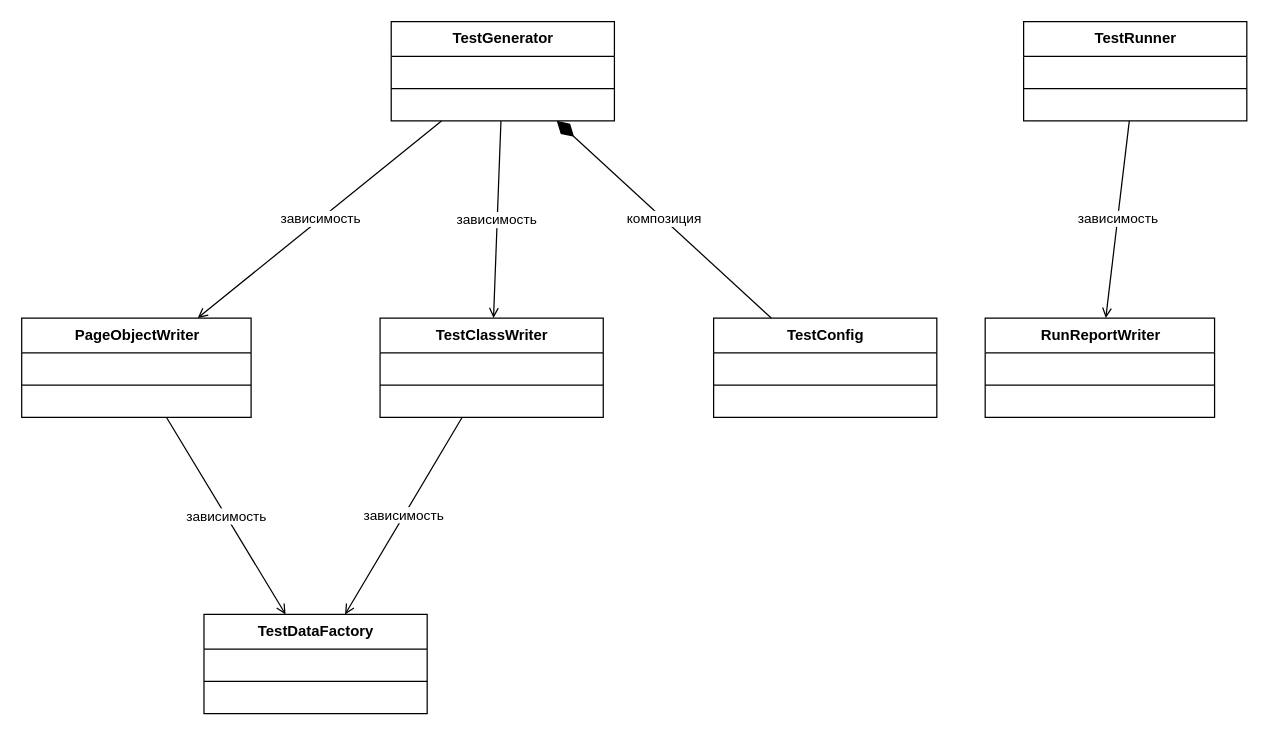
This is page "Рис.52 Generator (уточнённая)" (11 of 18) of VKR_class_diagrams.drawio from nastolbov/diplom23, a draw.io file, before an edit. Source tidied: cells renumbered, new cells numbered last; positions are measured from the earlier drawing's top-left corner, leaving out a move shared by most shapes. Both pictures are drawn from the tidied source at 124%, with x=0, y=0 at pixel (21, 21).
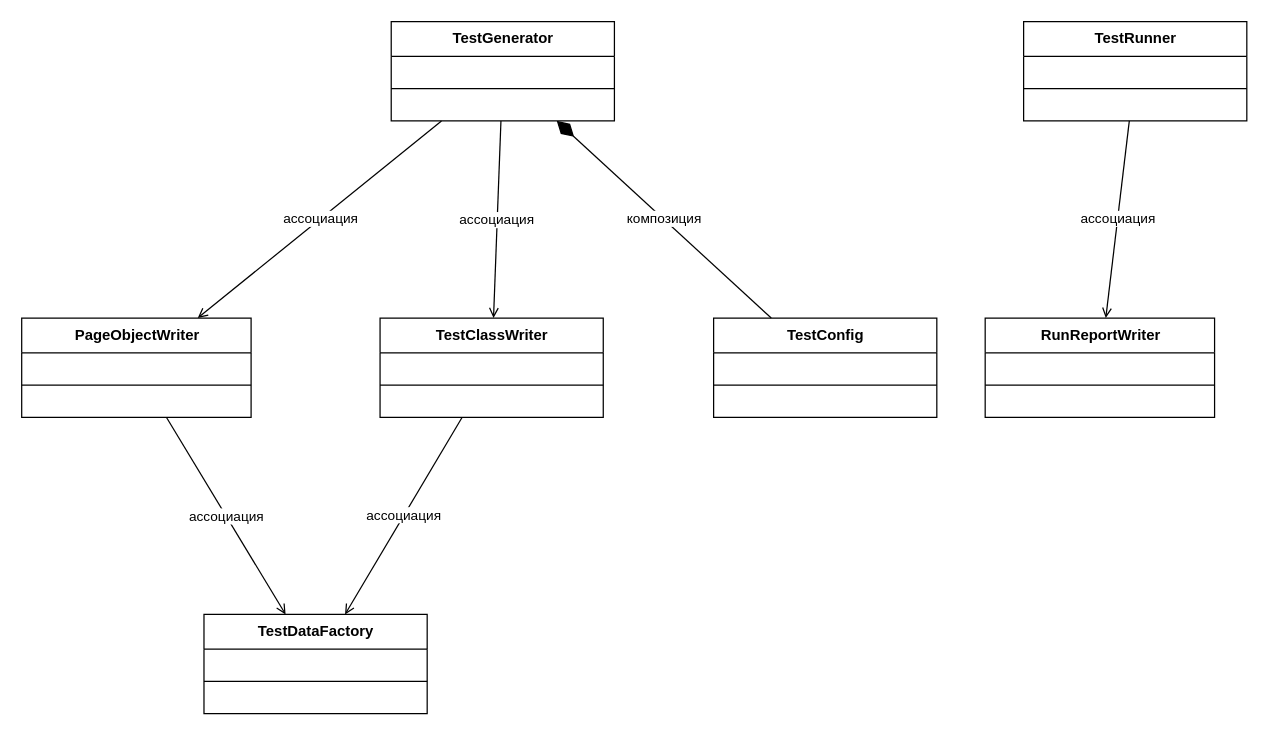
The same diagram, later.

Commit message (it also covers changes not shown here):
Rename relationship label «зависимость» -> «ассоциация» on refined diagrams

Unchanged cells that the change refers to:
```xml
<mxCell id="2" value="TestGenerator" style="swimlane;html=1;fontStyle=1;align=center;verticalAlign=top;horizontal=1;startSize=28;" parent="1" vertex="1">
  <mxGeometry x="298" width="180" height="80" as="geometry" />
</mxCell>
<mxCell id="6" value="TestRunner" style="swimlane;html=1;fontStyle=1;align=center;verticalAlign=top;horizontal=1;startSize=28;" parent="1" vertex="1">
  <mxGeometry x="808" width="180" height="80" as="geometry" />
</mxCell>
<mxCell id="10" value="PageObjectWriter" style="swimlane;html=1;fontStyle=1;align=center;verticalAlign=top;horizontal=1;startSize=28;" parent="1" vertex="1">
  <mxGeometry y="239" width="185" height="80" as="geometry" />
</mxCell>
<mxCell id="14" value="TestClassWriter" style="swimlane;html=1;fontStyle=1;align=center;verticalAlign=top;horizontal=1;startSize=28;" parent="1" vertex="1">
  <mxGeometry x="289" y="239" width="180" height="80" as="geometry" />
</mxCell>
<mxCell id="22" value="RunReportWriter" style="swimlane;html=1;fontStyle=1;align=center;verticalAlign=top;horizontal=1;startSize=28;" parent="1" vertex="1">
  <mxGeometry x="777" y="239" width="185" height="80" as="geometry" />
</mxCell>
<mxCell id="26" value="TestDataFactory" style="swimlane;html=1;fontStyle=1;align=center;verticalAlign=top;horizontal=1;startSize=28;" parent="1" vertex="1">
  <mxGeometry x="147" y="478" width="180" height="80" as="geometry" />
</mxCell>
```

Change to the diagram source:
```diff
@@
-    <mxCell id="30" value="зависимость" style="html=1;endArrow=open;startArrow=none;rounded=0;" parent="1" edge="1" source="2" target="10">
+    <mxCell id="30" value="ассоциация" style="html=1;endArrow=open;startArrow=none;rounded=0;" parent="1" edge="1" source="2" target="10">
       <mxGeometry relative="1" as="geometry" />
     </mxCell>
-    <mxCell id="31" value="зависимость" style="html=1;endArrow=open;startArrow=none;rounded=0;" parent="1" edge="1" source="2" target="14">
+    <mxCell id="31" value="ассоциация" style="html=1;endArrow=open;startArrow=none;rounded=0;" parent="1" edge="1" source="2" target="14">
       <mxGeometry relative="1" as="geometry" />
     </mxCell>
@@
-    <mxCell id="33" value="зависимость" style="html=1;endArrow=open;startArrow=none;rounded=0;" parent="1" edge="1" source="10" target="26">
+    <mxCell id="33" value="ассоциация" style="html=1;endArrow=open;startArrow=none;rounded=0;" parent="1" edge="1" source="10" target="26">
       <mxGeometry relative="1" as="geometry" />
     </mxCell>
-    <mxCell id="34" value="зависимость" style="html=1;endArrow=open;startArrow=none;rounded=0;" parent="1" edge="1" source="14" target="26">
+    <mxCell id="34" value="ассоциация" style="html=1;endArrow=open;startArrow=none;rounded=0;" parent="1" edge="1" source="14" target="26">
       <mxGeometry relative="1" as="geometry" />
     </mxCell>
-    <mxCell id="35" value="зависимость" style="html=1;endArrow=open;startArrow=none;rounded=0;" parent="1" edge="1" source="6" target="22">
+    <mxCell id="35" value="ассоциация" style="html=1;endArrow=open;startArrow=none;rounded=0;" parent="1" edge="1" source="6" target="22">
       <mxGeometry relative="1" as="geometry" />
     </mxCell>
```
